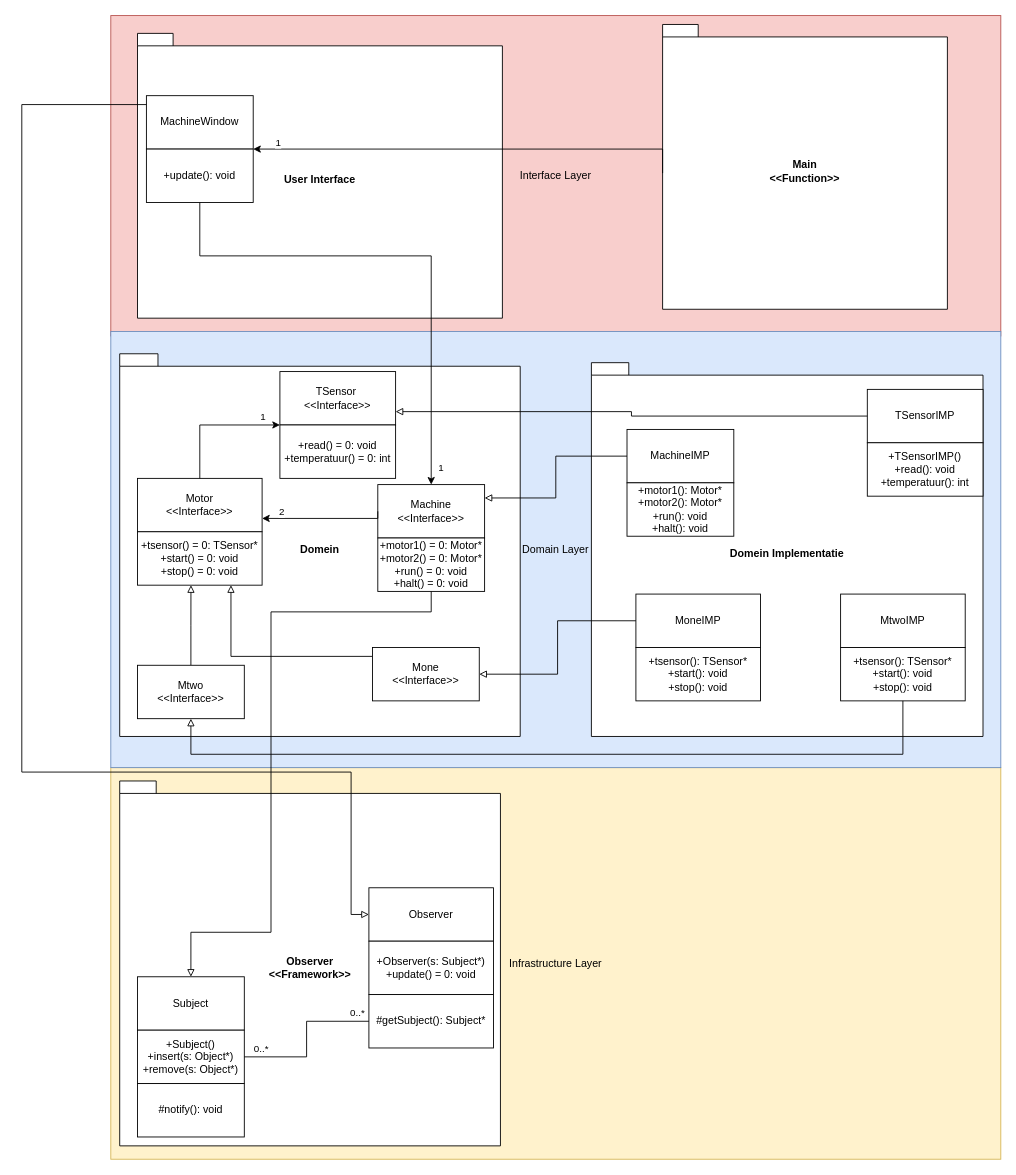
The draw.io diagram Opdracht4/Klassendiagram 4a.drawio in qscholten/SWADP, before the edit. Source tidied: cells renumbered, new cells numbered last; positions are measured from the earlier drawing's top-left corner, leaving out a move shared by most shapes. Both pictures are drawn from the tidied source at 89%, with x=0, y=0 at pixel (21, 15).
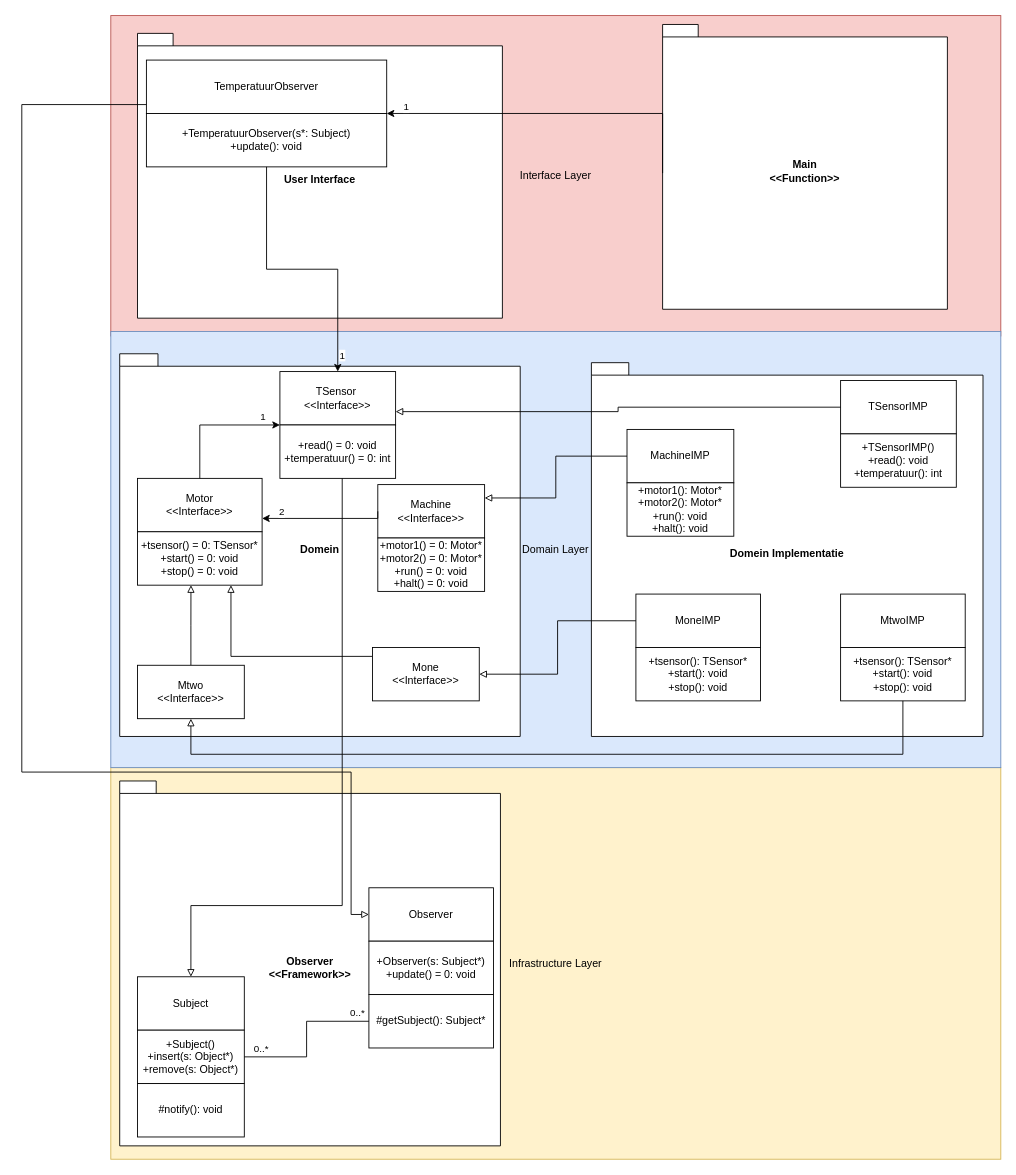
After the change.

Unchanged cells that the change refers to:
```xml
<mxCell id="2" style="group;" parent="1" vertex="1">
  <mxGeometry x="100" width="1000" height="1285" as="geometry" />
</mxCell>
<mxCell id="12" value="Subject" style="rounded=0;whiteSpace=wrap;html=1;" parent="11" vertex="1">
  <mxGeometry width="120" height="60" as="geometry" />
</mxCell>
<mxCell id="15" value="Main&lt;br&gt;&amp;lt;&amp;lt;Function&amp;gt;&amp;gt;" style="shape=folder;fontStyle=1;spacingTop=10;tabWidth=40;tabHeight=14;tabPosition=left;html=1;whiteSpace=wrap;" parent="2" vertex="1">
  <mxGeometry x="620" y="10" width="320" height="320" as="geometry" />
</mxCell>
<mxCell id="41" value="Machine&lt;br&gt;&amp;lt;&amp;lt;Interface&amp;gt;&amp;gt;" style="rounded=0;whiteSpace=wrap;html=1;" parent="40" vertex="1">
  <mxGeometry width="120" height="60" as="geometry" />
</mxCell>
<mxCell id="42" value="+motor1() = 0: Motor*&lt;br&gt;+motor2() = 0: Motor*&lt;br&gt;+run() = 0: void&lt;br&gt;+halt() = 0: void" style="rounded=0;whiteSpace=wrap;html=1;" parent="40" vertex="1">
  <mxGeometry y="60" width="120" height="60" as="geometry" />
</mxCell>
<mxCell id="47" value="TSensor&amp;nbsp;&lt;br&gt;&amp;lt;&amp;lt;Interface&amp;gt;&amp;gt;" style="rounded=0;whiteSpace=wrap;html=1;" parent="46" vertex="1">
  <mxGeometry width="130" height="60" as="geometry" />
</mxCell>
<mxCell id="48" value="+read() = 0: void&lt;br&gt;+temperatuur() = 0: int" style="rounded=0;whiteSpace=wrap;html=1;" parent="46" vertex="1">
  <mxGeometry y="60" width="130" height="60" as="geometry" />
</mxCell>
```

Diff of the diagram source:
```diff
@@
-    <mxCell id="23" style="group;" parent="2" vertex="1">
-      <mxGeometry x="850" y="420" width="130" height="120" as="geometry" />
-    </mxCell>
-    <mxCell id="24" value="TSensorIMP" style="rounded=0;whiteSpace=wrap;html=1;" parent="23" vertex="1">
-      <mxGeometry width="130" height="60" as="geometry" />
-    </mxCell>
-    <mxCell id="25" value="+TSensorIMP()&lt;br&gt;+read(): void&lt;br&gt;+temperatuur(): int" style="rounded=0;whiteSpace=wrap;html=1;" parent="23" vertex="1">
-      <mxGeometry y="60" width="130" height="60" as="geometry" />
-    </mxCell>
@@
+    <mxCell id="23" style="group;" parent="2" vertex="1">
+      <mxGeometry x="820" y="410" width="130" height="120" as="geometry" />
+    </mxCell>
+    <mxCell id="24" value="TSensorIMP" style="rounded=0;whiteSpace=wrap;html=1;" parent="23" vertex="1">
+      <mxGeometry width="130" height="60" as="geometry" />
+    </mxCell>
+    <mxCell id="25" value="+TSensorIMP()&lt;br&gt;+read(): void&lt;br&gt;+temperatuur(): int" style="rounded=0;whiteSpace=wrap;html=1;" parent="23" vertex="1">
+      <mxGeometry y="60" width="130" height="60" as="geometry" />
+    </mxCell>
@@
     <mxCell id="38" style="edgeStyle=orthogonalEdgeStyle;rounded=0;jettySize=auto;html=1;exitX=0;exitY=0;exitDx=0;exitDy=167;exitPerimeter=0;entryX=1;entryY=1;entryDx=0;entryDy=0;" parent="1" edge="1" source="15" target="50">
       <mxGeometry relative="1" as="geometry">
         <Array as="points">
-          <mxPoint x="720" y="150" />
+          <mxPoint x="720" y="110" />
         </Array>
       </mxGeometry>
     </mxCell>
@@
     <mxCell id="49" style="group;" parent="1" vertex="1">
-      <mxGeometry x="140" y="90" width="120" height="120" as="geometry" />
+      <mxGeometry x="140" y="50" width="270" height="120" as="geometry" />
     </mxCell>
-    <mxCell id="50" value="MachineWindow" style="rounded=0;whiteSpace=wrap;html=1;" parent="49" vertex="1">
-      <mxGeometry width="120" height="60" as="geometry" />
+    <mxCell id="50" value="TemperatuurObserver" style="rounded=0;whiteSpace=wrap;html=1;" parent="49" vertex="1">
+      <mxGeometry width="270" height="60" as="geometry" />
     </mxCell>
-    <mxCell id="51" value="+update(): void" style="rounded=0;whiteSpace=wrap;html=1;" parent="49" vertex="1">
-      <mxGeometry y="60" width="120" height="60" as="geometry" />
+    <mxCell id="51" value="+TemperatuurObserver(s*: Subject)&lt;br&gt;+update(): void" style="rounded=0;whiteSpace=wrap;html=1;" parent="49" vertex="1">
+      <mxGeometry y="60" width="270" height="60" as="geometry" />
     </mxCell>
@@
-    <mxCell id="61" style="edgeStyle=orthogonalEdgeStyle;rounded=0;jettySize=auto;html=1;" parent="1" edge="1" source="51" target="41">
-      <mxGeometry relative="1" as="geometry">
-        <Array as="points">
-          <mxPoint x="200" y="270" />
-          <mxPoint x="460" y="270" />
-        </Array>
-      </mxGeometry>
-    </mxCell>
+    <mxCell id="64" style="edgeStyle=orthogonalEdgeStyle;rounded=0;jettySize=auto;html=1;entryX=0.5;entryY=0;entryDx=0;entryDy=0;endArrow=block;endFill=0;" parent="1" edge="1" source="48" target="12">
+      <mxGeometry relative="1" as="geometry">
+        <Array as="points">
+          <mxPoint x="360" y="1000" />
+          <mxPoint x="190" y="1000" />
+        </Array>
+      </mxGeometry>
+    </mxCell>
+    <mxCell id="65" style="edgeStyle=orthogonalEdgeStyle;rounded=0;jettySize=auto;html=1;exitX=0.5;exitY=1;exitDx=0;exitDy=0;entryX=0.5;entryY=0;entryDx=0;entryDy=0;" parent="1" edge="1" source="51" target="47">
+      <mxGeometry relative="1" as="geometry" />
+    </mxCell>
-    <mxCell id="62" value="1" style="edgeLabel;html=1;align=center;verticalAlign=middle;" parent="61" vertex="1">
-      <mxGeometry x="0.93" relative="1" as="geometry">
-        <mxPoint x="10" as="offset" />
-      </mxGeometry>
+    <mxCell id="62" value="1" style="edgeLabel;html=1;align=center;verticalAlign=middle;" parent="65" vertex="1">
+      <mxGeometry x="0.88" y="4" relative="1" as="geometry" />
     </mxCell>
-    <mxCell id="63" style="edgeStyle=orthogonalEdgeStyle;rounded=0;jettySize=auto;html=1;endArrow=block;endFill=0;" parent="1" edge="1" source="42" target="12">
-      <mxGeometry relative="1" as="geometry">
-        <Array as="points">
-          <mxPoint x="460" y="670" />
-          <mxPoint x="280" y="670" />
-          <mxPoint x="280" y="1030" />
-          <mxPoint x="190" y="1030" />
-        </Array>
-      </mxGeometry>
-    </mxCell>
```
